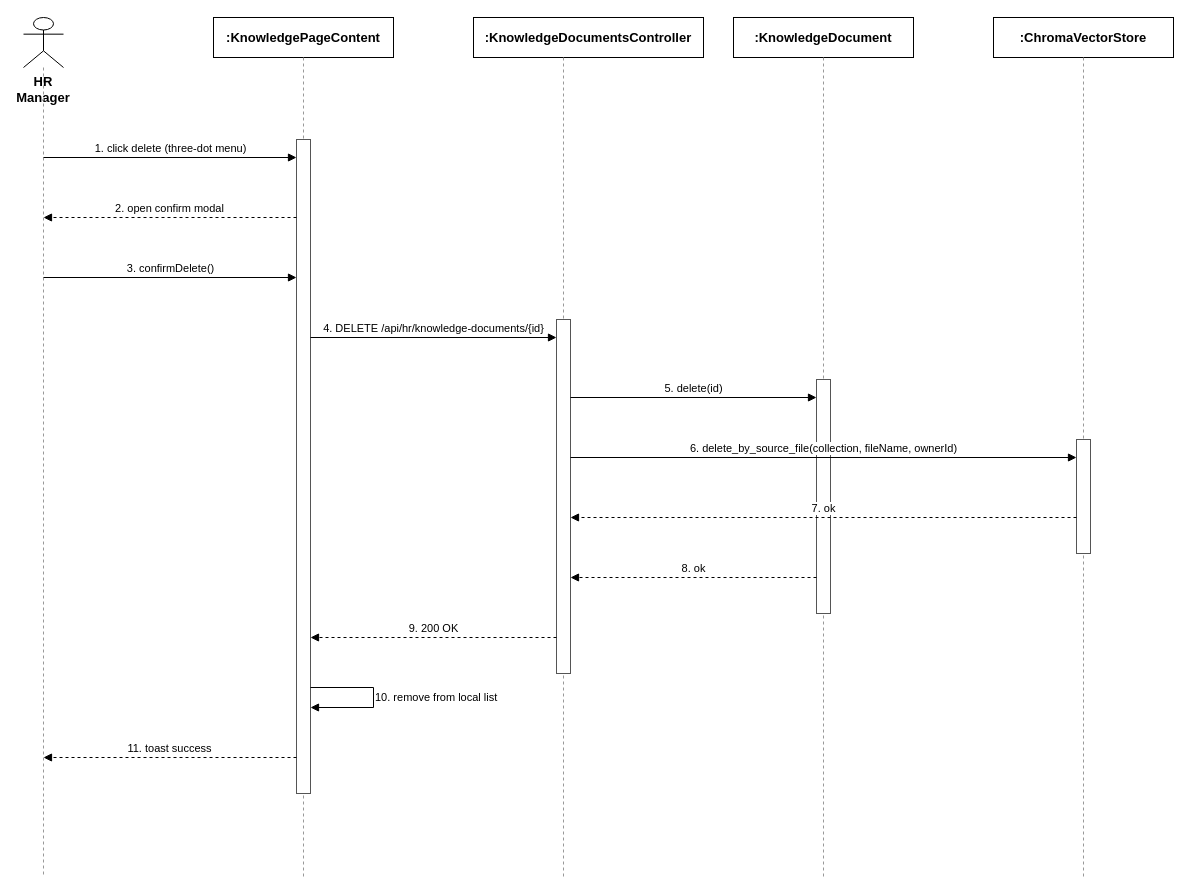
tulklk/AI_Interview_Question_Generation_RAG_LLM_FE keeps this draw.io diagram as docs/qa/SequenceDiagram/10_KnowledgeBaseManagement_DeleteDocument.drawio. Above is the earlier version. Source tidied: cells renumbered, new cells numbered last; positions are measured from the earlier drawing's top-left corner, leaving out a move shared by most shapes. Both pictures are drawn from the tidied source at 100%, with x=0, y=0 at pixel (23, 17).
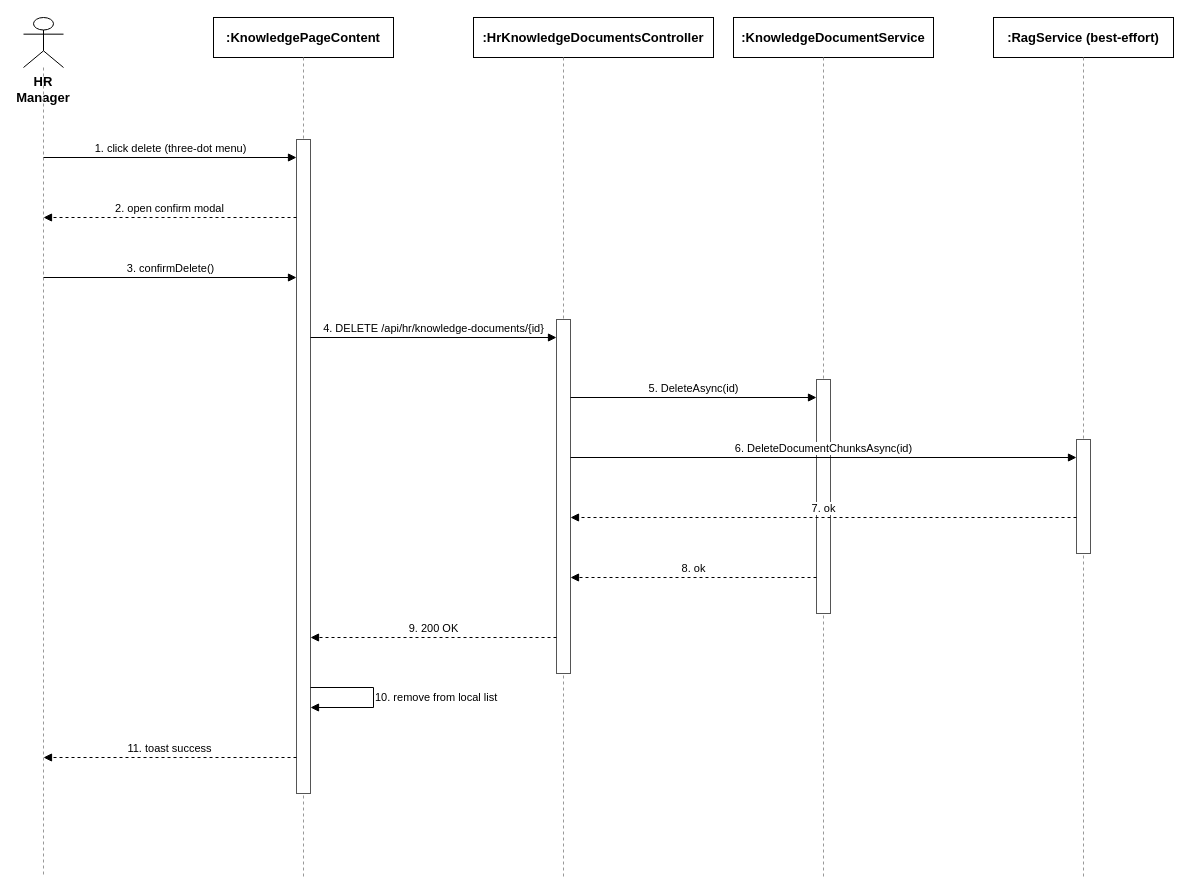
After the change.

Commit message (it also covers changes not shown here):
docs(qa): correct JD Management and Knowledge Base diagrams against real BE service classes

What changed in the source:
```diff
@@
-    <mxCell id="6" value=":KnowledgeDocumentsController" style="rounded=0;whiteSpace=wrap;html=1;fontSize=13;fillColor=#ffffff;strokeColor=#000000;fontStyle=1;" parent="1" vertex="1">
-      <mxGeometry x="450" width="230" height="40" as="geometry" />
+    <mxCell id="6" value=":HrKnowledgeDocumentsController" style="rounded=0;whiteSpace=wrap;html=1;fontSize=13;fillColor=#ffffff;strokeColor=#000000;fontStyle=1;" parent="1" vertex="1">
+      <mxGeometry x="450" width="240" height="40" as="geometry" />
     </mxCell>
@@
-    <mxCell id="8" value=":KnowledgeDocument" style="rounded=0;whiteSpace=wrap;html=1;fontSize=13;fillColor=#ffffff;strokeColor=#000000;fontStyle=1;" parent="1" vertex="1">
-      <mxGeometry x="710" width="180" height="40" as="geometry" />
+    <mxCell id="8" value=":KnowledgeDocumentService" style="rounded=0;whiteSpace=wrap;html=1;fontSize=13;fillColor=#ffffff;strokeColor=#000000;fontStyle=1;" parent="1" vertex="1">
+      <mxGeometry x="710" width="200" height="40" as="geometry" />
     </mxCell>
@@
-    <mxCell id="10" value=":ChromaVectorStore" style="rounded=0;whiteSpace=wrap;html=1;fontSize=13;fillColor=#ffffff;strokeColor=#000000;fontStyle=1;" parent="1" vertex="1">
+    <mxCell id="10" value=":RagService (best-effort)" style="rounded=0;whiteSpace=wrap;html=1;fontSize=13;fillColor=#ffffff;strokeColor=#000000;fontStyle=1;" parent="1" vertex="1">
       <mxGeometry x="970" width="180" height="40" as="geometry" />
     </mxCell>
@@
-    <mxCell id="20" value="5. delete(id)" style="endArrow=block;endFill=1;html=1;fontSize=11;align=center;verticalAlign=bottom;labelBackgroundColor=#ffffff;strokeColor=#000000;" parent="1" edge="1">
+    <mxCell id="20" value="5. DeleteAsync(id)" style="endArrow=block;endFill=1;html=1;fontSize=11;align=center;verticalAlign=bottom;labelBackgroundColor=#ffffff;strokeColor=#000000;" parent="1" edge="1">
       <mxGeometry relative="1" as="geometry">
         <mxPoint x="547" y="380" as="sourcePoint" />
         <mxPoint x="793" y="380" as="targetPoint" />
       </mxGeometry>
     </mxCell>
-    <mxCell id="21" value="6. delete_by_source_file(collection, fileName, ownerId)" style="endArrow=block;endFill=1;html=1;fontSize=11;align=center;verticalAlign=bottom;labelBackgroundColor=#ffffff;strokeColor=#000000;" parent="1" edge="1">
+    <mxCell id="21" value="6. DeleteDocumentChunksAsync(id)" style="endArrow=block;endFill=1;html=1;fontSize=11;align=center;verticalAlign=bottom;labelBackgroundColor=#ffffff;strokeColor=#000000;" parent="1" edge="1">
       <mxGeometry relative="1" as="geometry">
         <mxPoint x="547" y="440" as="sourcePoint" />
         <mxPoint x="1053" y="440" as="targetPoint" />
       </mxGeometry>
     </mxCell>
```
